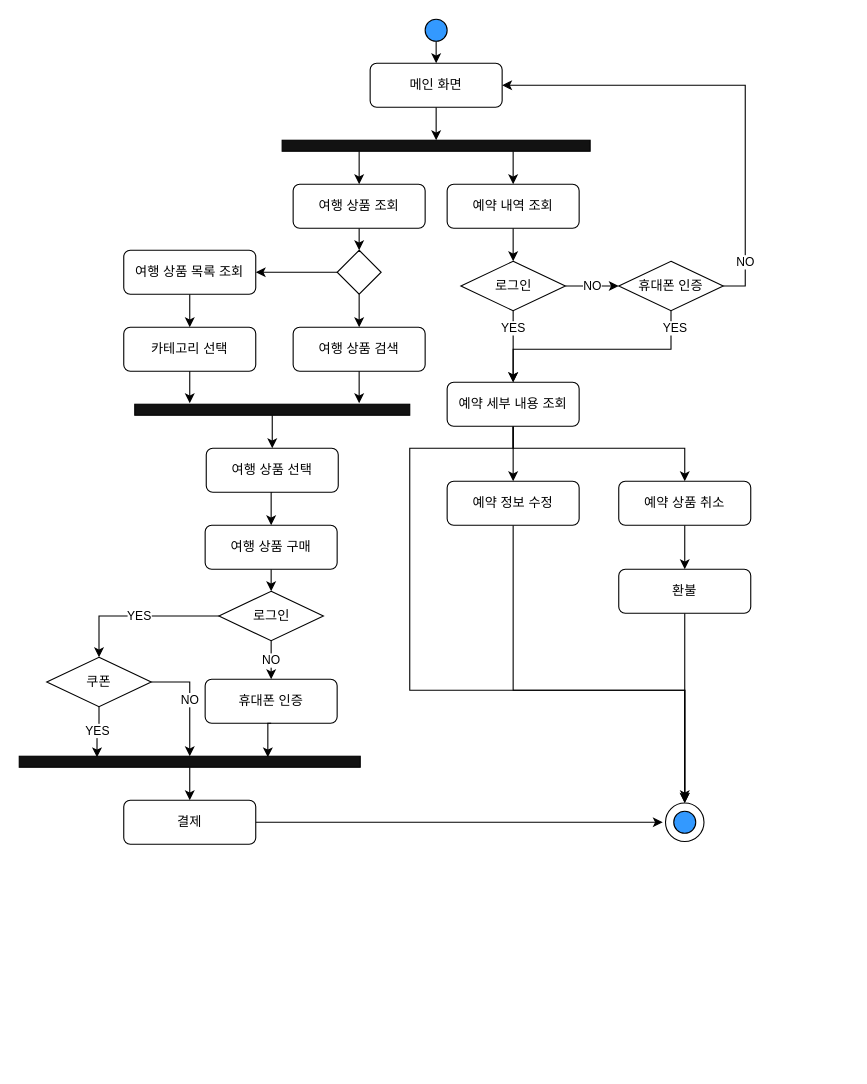
Earlier version of the draw.io diagram 제목 없는 다이어그램.drawio (VegetableKim/-). Source tidied: cells renumbered, new cells numbered last; positions are measured from the earlier drawing's top-left corner, leaving out a move shared by most shapes. Both pictures are drawn from the tidied source at 110%, with x=0, y=0 at pixel (19, 19).
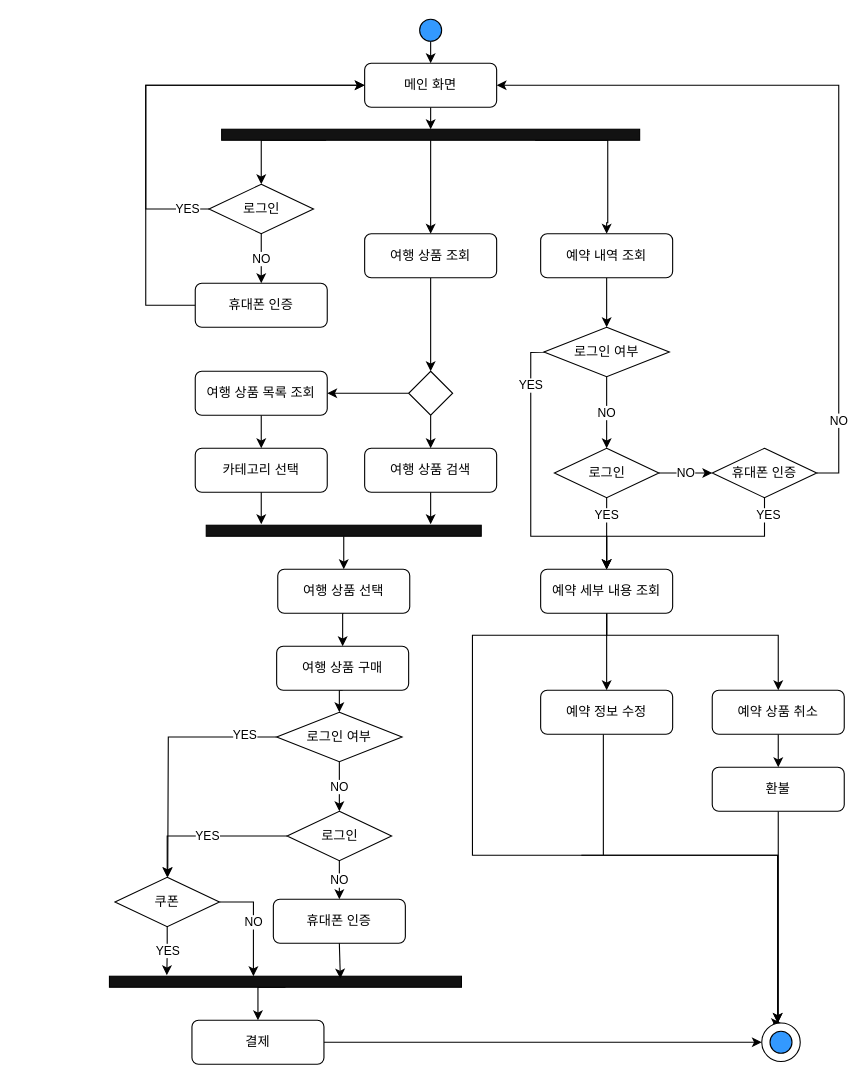
After the change.

Commit message (it also covers changes not shown here):
제목 없는 다이어그램.drawio 업데이트

What changed in the source:
```diff
@@
     <mxCell id="3" style="ellipse;whiteSpace=wrap;html=1;fillColor=#3399FF;" parent="1" vertex="1">
-      <mxGeometry x="369" width="20" height="20" as="geometry" />
+      <mxGeometry x="364" width="20" height="20" as="geometry" />
     </mxCell>
@@
     <mxCell id="5" value="메인 화면" style="rounded=1;whiteSpace=wrap;html=1;" parent="1" vertex="1">
-      <mxGeometry x="319" y="40" width="120" height="40" as="geometry" />
+      <mxGeometry x="314" y="40" width="120" height="40" as="geometry" />
     </mxCell>
-    <mxCell id="6" style="edgeStyle=orthogonalEdgeStyle;rounded=0;jettySize=auto;html=1;exitX=0.25;exitY=1;exitDx=0;exitDy=0;entryX=0.5;entryY=0;entryDx=0;entryDy=0;" parent="1" edge="1" source="8" target="12">
+    <mxCell id="6" style="edgeStyle=orthogonalEdgeStyle;rounded=0;jettySize=auto;html=1;exitX=0.5;exitY=1;exitDx=0;exitDy=0;entryX=0.5;entryY=0;entryDx=0;entryDy=0;" parent="1" edge="1" source="8" target="12">
       <mxGeometry relative="1" as="geometry" />
     </mxCell>
     <mxCell id="7" style="edgeStyle=orthogonalEdgeStyle;rounded=0;jettySize=auto;html=1;exitX=0.75;exitY=1;exitDx=0;exitDy=0;entryX=0.5;entryY=0;entryDx=0;entryDy=0;" parent="1" edge="1" source="8" target="10">
-      <mxGeometry relative="1" as="geometry" />
+      <mxGeometry relative="1" as="geometry">
+        <Array as="points">
+          <mxPoint x="535" y="110" />
+          <mxPoint x="535" y="185" />
+        </Array>
+      </mxGeometry>
     </mxCell>
+    <mxCell id="58" style="edgeStyle=orthogonalEdgeStyle;rounded=0;jettySize=auto;html=1;exitX=0.25;exitY=1;exitDx=0;exitDy=0;entryX=0.5;entryY=0;entryDx=0;entryDy=0;" parent="1" edge="1" source="8" target="65">
+      <mxGeometry relative="1" as="geometry">
+        <Array as="points">
+          <mxPoint x="220" y="110" />
+        </Array>
+      </mxGeometry>
+    </mxCell>
     <mxCell id="8" style="rounded=0;whiteSpace=wrap;html=1;fillColor=#121212;" parent="1" vertex="1">
-      <mxGeometry x="239" y="110" width="280" height="10" as="geometry" />
+      <mxGeometry x="184" y="100" width="380" height="10" as="geometry" />
     </mxCell>
-    <mxCell id="9" style="edgeStyle=orthogonalEdgeStyle;rounded=0;jettySize=auto;html=1;exitX=0.5;exitY=1;exitDx=0;exitDy=0;entryX=0.5;entryY=0;entryDx=0;entryDy=0;" parent="1" edge="1" source="10" target="48">
-      <mxGeometry relative="1" as="geometry" />
-    </mxCell>
+    <mxCell id="59" style="edgeStyle=orthogonalEdgeStyle;rounded=0;jettySize=auto;html=1;exitX=0.5;exitY=1;exitDx=0;exitDy=0;entryX=0.5;entryY=0;entryDx=0;entryDy=0;" parent="1" edge="1" source="10" target="70">
+      <mxGeometry relative="1" as="geometry" />
+    </mxCell>
     <mxCell id="10" value="예약 내역 조회" style="rounded=1;whiteSpace=wrap;html=1;" parent="1" vertex="1">
-      <mxGeometry x="389" y="150" width="120" height="40" as="geometry" />
+      <mxGeometry x="474" y="195" width="120" height="40" as="geometry" />
     </mxCell>
@@
     <mxCell id="12" value="여행 상품 조회" style="rounded=1;whiteSpace=wrap;html=1;" parent="1" vertex="1">
-      <mxGeometry x="249" y="150" width="120" height="40" as="geometry" />
+      <mxGeometry x="314" y="195" width="120" height="40" as="geometry" />
     </mxCell>
@@
     <mxCell id="15" style="rhombus;whiteSpace=wrap;html=1;" parent="1" vertex="1">
-      <mxGeometry x="289" y="210" width="40" height="40" as="geometry" />
+      <mxGeometry x="354" y="320" width="40" height="40" as="geometry" />
     </mxCell>
@@
     <mxCell id="17" value="여행 상품 목록 조회" style="rounded=1;whiteSpace=wrap;html=1;" parent="1" vertex="1">
-      <mxGeometry x="95" y="210" width="120" height="40" as="geometry" />
+      <mxGeometry x="160" y="320" width="120" height="40" as="geometry" />
     </mxCell>
     <mxCell id="18" value="여행 상품 검색" style="rounded=1;whiteSpace=wrap;html=1;" parent="1" vertex="1">
-      <mxGeometry x="249" y="280" width="120" height="40" as="geometry" />
+      <mxGeometry x="314" y="390" width="120" height="40" as="geometry" />
     </mxCell>
     <mxCell id="19" value="카테고리 선택" style="rounded=1;whiteSpace=wrap;html=1;" parent="1" vertex="1">
-      <mxGeometry x="95" y="280" width="120" height="40" as="geometry" />
+      <mxGeometry x="160" y="390" width="120" height="40" as="geometry" />
     </mxCell>
-    <mxCell id="20" style="edgeStyle=orthogonalEdgeStyle;rounded=0;jettySize=auto;html=1;exitX=0.5;exitY=1;exitDx=0;exitDy=0;entryX=0.5;entryY=0;entryDx=0;entryDy=0;" parent="1" edge="1" source="21" target="44">
+    <mxCell id="20" style="edgeStyle=orthogonalEdgeStyle;rounded=0;orthogonalLoop=1;jettySize=auto;html=1;exitX=0.5;exitY=1;exitDx=0;exitDy=0;entryX=0.5;entryY=0;entryDx=0;entryDy=0;" parent="1" edge="1">
       <mxGeometry relative="1" as="geometry">
+        <mxPoint x="531" y="650" as="sourcePoint" />
+        <mxPoint x="689.5" y="912.5" as="targetPoint" />
         <Array as="points">
-          <mxPoint x="449" y="610" />
-          <mxPoint x="605" y="610" />
+          <mxPoint x="511" y="760" />
+          <mxPoint x="667" y="760" />
         </Array>
       </mxGeometry>
     </mxCell>
     <mxCell id="21" value="예약 정보 수정" style="rounded=1;whiteSpace=wrap;html=1;" parent="1" vertex="1">
-      <mxGeometry x="389" y="420" width="120" height="40" as="geometry" />
+      <mxGeometry x="474" y="610" width="120" height="40" as="geometry" />
     </mxCell>
@@
     <mxCell id="23" value="예약 상품 취소" style="rounded=1;whiteSpace=wrap;html=1;" parent="1" vertex="1">
-      <mxGeometry x="545" y="420" width="120" height="40" as="geometry" />
+      <mxGeometry x="630" y="610" width="120" height="40" as="geometry" />
     </mxCell>
     <mxCell id="24" style="edgeStyle=orthogonalEdgeStyle;rounded=0;jettySize=auto;html=1;exitX=0.5;exitY=1;exitDx=0;exitDy=0;entryX=0.5;entryY=0;entryDx=0;entryDy=0;" parent="1" edge="1" source="25" target="44">
-      <mxGeometry relative="1" as="geometry" />
+      <mxGeometry relative="1" as="geometry">
+        <Array as="points">
+          <mxPoint x="690" y="913" />
+        </Array>
+      </mxGeometry>
     </mxCell>
     <mxCell id="25" value="환불" style="rounded=1;whiteSpace=wrap;html=1;" parent="1" vertex="1">
-      <mxGeometry x="545" y="500" width="120" height="40" as="geometry" />
+      <mxGeometry x="630" y="680" width="120" height="40" as="geometry" />
     </mxCell>
@@
     <mxCell id="27" style="rounded=0;whiteSpace=wrap;html=1;fillColor=#121212;" parent="1" vertex="1">
-      <mxGeometry x="105" y="350" width="250" height="10" as="geometry" />
+      <mxGeometry x="170" y="460" width="250" height="10" as="geometry" />
     </mxCell>
@@
     <mxCell id="31" value="여행 상품 선택" style="rounded=1;whiteSpace=wrap;html=1;" parent="1" vertex="1">
-      <mxGeometry x="170" y="390" width="120" height="40" as="geometry" />
+      <mxGeometry x="235" y="500" width="120" height="40" as="geometry" />
     </mxCell>
-    <mxCell id="32" style="edgeStyle=orthogonalEdgeStyle;rounded=0;jettySize=auto;html=1;exitX=0.5;exitY=1;exitDx=0;exitDy=0;entryX=0.5;entryY=0;entryDx=0;entryDy=0;" parent="1" edge="1" source="33" target="36">
-      <mxGeometry relative="1" as="geometry" />
-    </mxCell>
+    <mxCell id="60" style="edgeStyle=orthogonalEdgeStyle;rounded=0;jettySize=auto;html=1;exitX=0.5;exitY=1;exitDx=0;exitDy=0;entryX=0.5;entryY=0;entryDx=0;entryDy=0;" parent="1" edge="1" source="33" target="73">
+      <mxGeometry relative="1" as="geometry" />
+    </mxCell>
     <mxCell id="33" value="여행 상품 구매" style="rounded=1;whiteSpace=wrap;html=1;" parent="1" vertex="1">
-      <mxGeometry x="169" y="460" width="120" height="40" as="geometry" />
+      <mxGeometry x="234" y="570" width="120" height="40" as="geometry" />
     </mxCell>
@@
     <mxCell id="36" value="로그인" style="rhombus;whiteSpace=wrap;html=1;" parent="1" vertex="1">
-      <mxGeometry x="181.5" y="520" width="95" height="45" as="geometry" />
+      <mxGeometry x="243.5" y="720" width="95" height="45" as="geometry" />
     </mxCell>
@@
     <mxCell id="38" style="rounded=0;whiteSpace=wrap;html=1;fillColor=#121212;" parent="1" vertex="1">
-      <mxGeometry y="670" width="310" height="10" as="geometry" />
+      <mxGeometry x="82" y="870" width="320" height="10" as="geometry" />
     </mxCell>
-    <mxCell id="39" value="NO" style="edgeStyle=orthogonalEdgeStyle;rounded=0;jettySize=auto;html=1;exitX=1;exitY=0.5;exitDx=0;exitDy=0;entryX=0.5;entryY=0;entryDx=0;entryDy=0;" parent="1" edge="1" source="40" target="38">
+    <mxCell id="39" value="NO" style="edgeStyle=orthogonalEdgeStyle;rounded=0;jettySize=auto;html=1;exitX=1;exitY=0.5;exitDx=0;exitDy=0;entryX=0.409;entryY=0;entryDx=0;entryDy=0;entryPerimeter=0;" parent="1" edge="1" source="40" target="38">
       <mxGeometry relative="1" as="geometry" />
     </mxCell>
     <mxCell id="40" value="쿠폰" style="rhombus;whiteSpace=wrap;html=1;" parent="1" vertex="1">
-      <mxGeometry x="25" y="580" width="95" height="45" as="geometry" />
+      <mxGeometry x="87" y="780" width="95" height="45" as="geometry" />
     </mxCell>
-    <mxCell id="41" value="YES" style="edgeStyle=orthogonalEdgeStyle;rounded=0;jettySize=auto;html=1;exitX=0.5;exitY=1;exitDx=0;exitDy=0;entryX=0.228;entryY=0.1;entryDx=0;entryDy=0;entryPerimeter=0;" parent="1" edge="1" source="40" target="38">
+    <mxCell id="41" value="YES" style="edgeStyle=orthogonalEdgeStyle;rounded=0;jettySize=auto;html=1;exitX=0.5;exitY=1;exitDx=0;exitDy=0;entryX=0.163;entryY=-0.1;entryDx=0;entryDy=0;entryPerimeter=0;" parent="1" edge="1" source="40" target="38">
       <mxGeometry relative="1" as="geometry" />
     </mxCell>
-    <mxCell id="42" style="edgeStyle=orthogonalEdgeStyle;rounded=0;jettySize=auto;html=1;exitX=1;exitY=0.5;exitDx=0;exitDy=0;" parent="1" edge="1" source="43">
-      <mxGeometry relative="1" as="geometry">
-        <mxPoint x="585" y="730" as="targetPoint" />
-      </mxGeometry>
-    </mxCell>
+    <mxCell id="61" style="edgeStyle=orthogonalEdgeStyle;rounded=0;jettySize=auto;html=1;exitX=1;exitY=0.5;exitDx=0;exitDy=0;entryX=0;entryY=0.5;entryDx=0;entryDy=0;" parent="1" edge="1" source="43" target="44">
+      <mxGeometry relative="1" as="geometry" />
+    </mxCell>
     <mxCell id="43" value="결제" style="rounded=1;whiteSpace=wrap;html=1;" parent="1" vertex="1">
-      <mxGeometry x="95" y="710" width="120" height="40" as="geometry" />
+      <mxGeometry x="157" y="910" width="120" height="40" as="geometry" />
     </mxCell>
     <mxCell id="44" style="ellipse;whiteSpace=wrap;html=1;" parent="1" vertex="1">
-      <mxGeometry x="587.5" y="712.5" width="35" height="35" as="geometry" />
+      <mxGeometry x="675" y="912.5" width="35" height="35" as="geometry" />
     </mxCell>
     <mxCell id="45" style="ellipse;whiteSpace=wrap;html=1;fillColor=#3399FF;" parent="1" vertex="1">
-      <mxGeometry x="595" y="720" width="20" height="20" as="geometry" />
+      <mxGeometry x="682.5" y="920" width="20" height="20" as="geometry" />
     </mxCell>
@@
     <mxCell id="48" value="로그인" style="rhombus;whiteSpace=wrap;html=1;" parent="1" vertex="1">
-      <mxGeometry x="401.5" y="220" width="95" height="45" as="geometry" />
+      <mxGeometry x="486.5" y="390" width="95" height="45" as="geometry" />
     </mxCell>
     <mxCell id="49" value="휴대폰 인증" style="rounded=1;whiteSpace=wrap;html=1;" parent="1" vertex="1">
-      <mxGeometry x="169" y="600" width="120" height="40" as="geometry" />
+      <mxGeometry x="231" y="800" width="120" height="40" as="geometry" />
     </mxCell>
-    <mxCell id="50" style="edgeStyle=orthogonalEdgeStyle;rounded=0;jettySize=auto;html=1;exitX=0.5;exitY=1;exitDx=0;exitDy=0;entryX=0.729;entryY=0.1;entryDx=0;entryDy=0;entryPerimeter=0;" parent="1" edge="1" source="49" target="38">
+    <mxCell id="50" style="edgeStyle=orthogonalEdgeStyle;rounded=0;jettySize=auto;html=1;exitX=0.5;exitY=1;exitDx=0;exitDy=0;entryX=0.656;entryY=0.2;entryDx=0;entryDy=0;entryPerimeter=0;" parent="1" edge="1" source="49" target="38">
       <mxGeometry relative="1" as="geometry" />
     </mxCell>
     <mxCell id="51" value="YES" style="edgeStyle=orthogonalEdgeStyle;rounded=0;jettySize=auto;html=1;exitX=0.5;exitY=1;exitDx=0;exitDy=0;entryX=0.5;entryY=0;entryDx=0;entryDy=0;" parent="1" edge="1" source="53" target="57">
       <mxGeometry x="-0.85" y="3" relative="1" as="geometry">
         <Array as="points">
-          <mxPoint x="593" y="300" />
-          <mxPoint x="449" y="300" />
+          <mxPoint x="678" y="470" />
+          <mxPoint x="534" y="470" />
         </Array>
       </mxGeometry>
     </mxCell>
@@
     <mxCell id="53" value="휴대폰 인증" style="rhombus;whiteSpace=wrap;html=1;" parent="1" vertex="1">
-      <mxGeometry x="545" y="220" width="95" height="45" as="geometry" />
+      <mxGeometry x="630" y="390" width="95" height="45" as="geometry" />
     </mxCell>
@@
     <mxCell id="55" style="edgeStyle=orthogonalEdgeStyle;rounded=0;jettySize=auto;html=1;exitX=0.5;exitY=1;exitDx=0;exitDy=0;entryX=0.5;entryY=0;entryDx=0;entryDy=0;" parent="1" edge="1" source="57" target="23">
       <mxGeometry relative="1" as="geometry">
         <Array as="points">
-          <mxPoint x="449" y="390" />
-          <mxPoint x="605" y="390" />
+          <mxPoint x="534" y="560" />
+          <mxPoint x="690" y="560" />
         </Array>
       </mxGeometry>
     </mxCell>
-    <mxCell id="56" style="edgeStyle=orthogonalEdgeStyle;rounded=0;jettySize=auto;html=1;exitX=0.5;exitY=1;exitDx=0;exitDy=0;" parent="1" edge="1" source="57">
-      <mxGeometry relative="1" as="geometry">
-        <mxPoint x="605" y="710" as="targetPoint" />
-        <Array as="points">
-          <mxPoint x="449" y="390" />
-          <mxPoint x="355" y="390" />
-          <mxPoint x="355" y="610" />
-          <mxPoint x="605" y="610" />
-        </Array>
-      </mxGeometry>
-    </mxCell>
+    <mxCell id="62" style="edgeStyle=orthogonalEdgeStyle;rounded=0;jettySize=auto;html=1;exitX=0.5;exitY=1;exitDx=0;exitDy=0;entryX=0.5;entryY=0;entryDx=0;entryDy=0;" parent="1" edge="1" source="57">
+      <mxGeometry relative="1" as="geometry">
+        <mxPoint x="689.5" y="912.5" as="targetPoint" />
+        <Array as="points">
+          <mxPoint x="534" y="560" />
+          <mxPoint x="412" y="560" />
+          <mxPoint x="412" y="760" />
+          <mxPoint x="689" y="760" />
+        </Array>
+      </mxGeometry>
+    </mxCell>
     <mxCell id="57" value="예약 세부 내용 조회" style="rounded=1;whiteSpace=wrap;html=1;" parent="1" vertex="1">
-      <mxGeometry x="389" y="330" width="120" height="40" as="geometry" />
+      <mxGeometry x="474" y="500" width="120" height="40" as="geometry" />
     </mxCell>
+    <mxCell id="63" value="NO" style="edgeStyle=orthogonalEdgeStyle;rounded=0;jettySize=auto;html=1;exitX=0.5;exitY=1;exitDx=0;exitDy=0;entryX=0.5;entryY=0;entryDx=0;entryDy=0;" parent="1" edge="1" source="65" target="67">
+      <mxGeometry relative="1" as="geometry" />
+    </mxCell>
+    <mxCell id="64" value="YES" style="edgeStyle=orthogonalEdgeStyle;rounded=0;jettySize=auto;html=1;exitX=0;exitY=0.5;exitDx=0;exitDy=0;entryX=0;entryY=0.5;entryDx=0;entryDy=0;" parent="1" edge="1" source="65" target="5">
+      <mxGeometry x="-0.89" relative="1" as="geometry">
+        <Array as="points">
+          <mxPoint x="115" y="173" />
+          <mxPoint x="115" y="60" />
+        </Array>
+      </mxGeometry>
+    </mxCell>
+    <mxCell id="65" value="로그인" style="rhombus;whiteSpace=wrap;html=1;" parent="1" vertex="1">
+      <mxGeometry x="172.5" y="150" width="95" height="45" as="geometry" />
+    </mxCell>
+    <mxCell id="66" style="edgeStyle=orthogonalEdgeStyle;rounded=0;jettySize=auto;html=1;exitX=0;exitY=0.5;exitDx=0;exitDy=0;entryX=0;entryY=0.5;entryDx=0;entryDy=0;" parent="1" edge="1" source="67" target="5">
+      <mxGeometry relative="1" as="geometry">
+        <Array as="points">
+          <mxPoint x="115" y="260" />
+          <mxPoint x="115" y="60" />
+        </Array>
+      </mxGeometry>
+    </mxCell>
+    <mxCell id="67" value="휴대폰 인증" style="rounded=1;whiteSpace=wrap;html=1;" parent="1" vertex="1">
+      <mxGeometry x="160" y="240" width="120" height="40" as="geometry" />
+    </mxCell>
+    <mxCell id="68" value="NO" style="edgeStyle=orthogonalEdgeStyle;rounded=0;jettySize=auto;html=1;exitX=0.5;exitY=1;exitDx=0;exitDy=0;entryX=0.5;entryY=0;entryDx=0;entryDy=0;" parent="1" edge="1" source="70" target="48">
+      <mxGeometry relative="1" as="geometry" />
+    </mxCell>
+    <mxCell id="69" value="YES" style="edgeStyle=orthogonalEdgeStyle;rounded=0;jettySize=auto;html=1;exitX=0;exitY=0.5;exitDx=0;exitDy=0;entryX=0.5;entryY=0;entryDx=0;entryDy=0;" parent="1" edge="1" source="70" target="57">
+      <mxGeometry x="-0.67" relative="1" as="geometry">
+        <Array as="points">
+          <mxPoint x="480" y="303" />
+          <mxPoint x="465" y="303" />
+          <mxPoint x="465" y="470" />
+          <mxPoint x="534" y="470" />
+        </Array>
+        <mxPoint y="1" as="offset" />
+      </mxGeometry>
+    </mxCell>
+    <mxCell id="70" value="로그인 여부" style="rhombus;whiteSpace=wrap;html=1;" parent="1" vertex="1">
+      <mxGeometry x="477" y="280" width="114" height="45" as="geometry" />
+    </mxCell>
+    <mxCell id="71" value="NO" style="edgeStyle=orthogonalEdgeStyle;rounded=0;jettySize=auto;html=1;exitX=0.5;exitY=1;exitDx=0;exitDy=0;entryX=0.5;entryY=0;entryDx=0;entryDy=0;" parent="1" edge="1" source="73" target="36">
+      <mxGeometry relative="1" as="geometry" />
+    </mxCell>
+    <mxCell id="72" value="YES" style="edgeStyle=orthogonalEdgeStyle;shape=connector;rounded=0;jettySize=auto;html=1;exitX=0;exitY=0.5;exitDx=0;exitDy=0;labelBackgroundColor=default;strokeColor=default;align=center;verticalAlign=middle;fontFamily=Helvetica;fontSize=11;fontColor=default;endArrow=classic;" parent="1" edge="1" source="73">
+      <mxGeometry x="-0.74" y="-2" relative="1" as="geometry">
+        <mxPoint x="135" y="780" as="targetPoint" />
+      </mxGeometry>
+    </mxCell>
+    <mxCell id="73" value="로그인 여부" style="rhombus;whiteSpace=wrap;html=1;" parent="1" vertex="1">
+      <mxGeometry x="234" y="630" width="114" height="45" as="geometry" />
+    </mxCell>
```
